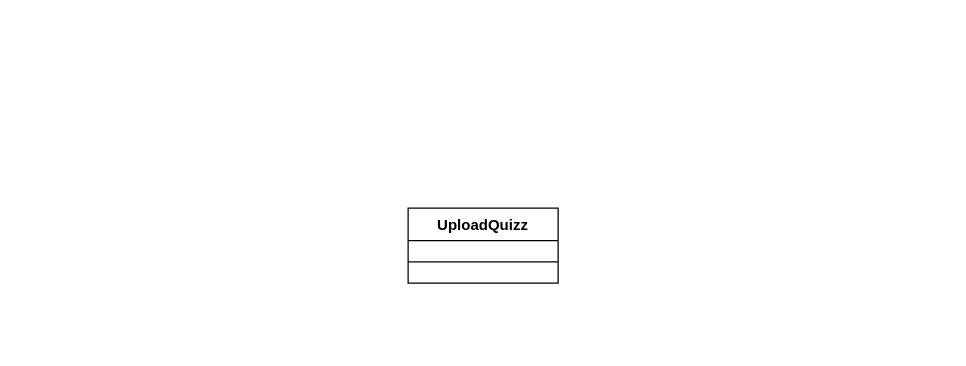
Earlier version of the draw.io diagram page "Page-4" (4 of 4) of Serveur.drawio (MehdiHaboucha/kahoot). Source tidied: cells renumbered, new cells numbered last; positions are measured from the earlier drawing's top-left corner, leaving out a move shared by most shapes. Both pictures are drawn from the tidied source at 125%, with x=0, y=0 at pixel (408, 208).
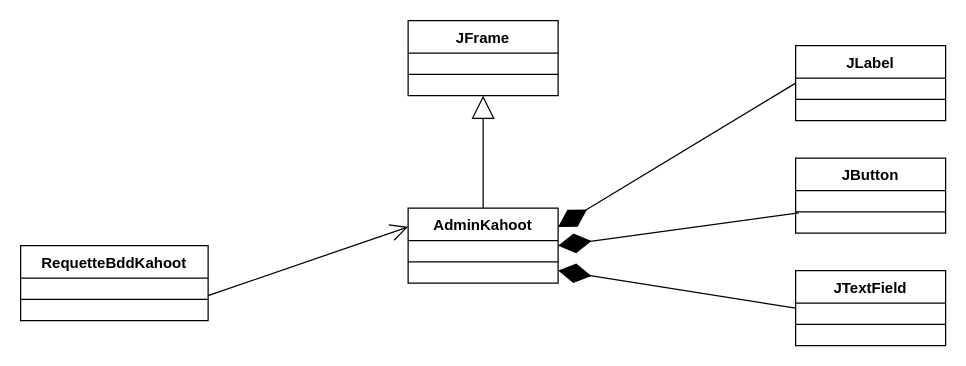
Above is the later version.

Change to the diagram source:
```diff
@@
-    <mxCell id="2" value="UploadQuizz" style="swimlane;fontStyle=1;align=center;verticalAlign=top;horizontal=1;startSize=26;" parent="1" vertex="1">
+    <mxCell id="2" value="AdminKahoot" style="swimlane;fontStyle=1;align=center;verticalAlign=top;horizontal=1;startSize=26;" parent="1" vertex="1">
       <mxGeometry width="120" height="60" as="geometry" />
     </mxCell>
@@
+    <mxCell id="4" value="JFrame" style="swimlane;fontStyle=1;align=center;verticalAlign=top;horizontal=1;startSize=26;" parent="1" vertex="1">
+      <mxGeometry y="-150" width="120" height="60" as="geometry" />
+    </mxCell>
+    <mxCell id="5" style="line;strokeWidth=1;fillColor=none;align=left;verticalAlign=middle;spacingTop=-1;spacingLeft=3;spacingRight=3;labelPosition=right;points=[];portConstraint=eastwest;" parent="4" vertex="1">
+      <mxGeometry y="26" width="120" height="34" as="geometry" />
+    </mxCell>
+    <mxCell id="6" value="JLabel" style="swimlane;fontStyle=1;align=center;verticalAlign=top;horizontal=1;startSize=26;" parent="1" vertex="1">
+      <mxGeometry x="310" y="-130" width="120" height="60" as="geometry" />
+    </mxCell>
+    <mxCell id="7" style="line;strokeWidth=1;fillColor=none;align=left;verticalAlign=middle;spacingTop=-1;spacingLeft=3;spacingRight=3;labelPosition=right;" parent="6" vertex="1">
+      <mxGeometry y="26" width="120" height="34" as="geometry" />
+    </mxCell>
+    <mxCell id="8" value="JButton" style="swimlane;fontStyle=1;align=center;verticalAlign=top;horizontal=1;startSize=26;" parent="1" vertex="1">
+      <mxGeometry x="310" y="-40" width="120" height="60" as="geometry" />
+    </mxCell>
+    <mxCell id="9" style="line;strokeWidth=1;fillColor=none;align=left;verticalAlign=middle;spacingTop=-1;spacingLeft=3;spacingRight=3;labelPosition=right;points=[];portConstraint=eastwest;" parent="8" vertex="1">
+      <mxGeometry y="26" width="120" height="34" as="geometry" />
+    </mxCell>
+    <mxCell id="10" value="JTextField" style="swimlane;fontStyle=1;align=center;verticalAlign=top;horizontal=1;startSize=26;" parent="1" vertex="1">
+      <mxGeometry x="310" y="50" width="120" height="60" as="geometry" />
+    </mxCell>
+    <mxCell id="11" style="line;strokeWidth=1;fillColor=none;align=left;verticalAlign=middle;spacingTop=-1;spacingLeft=3;spacingRight=3;labelPosition=right;" parent="10" vertex="1">
+      <mxGeometry y="26" width="120" height="34" as="geometry" />
+    </mxCell>
+    <mxCell id="12" style="endArrow=block;endSize=16;endFill=0;html=1;exitX=0.5;exitY=0;exitDx=0;exitDy=0;" parent="1" edge="1" target="5">
+      <mxGeometry relative="1" as="geometry">
+        <mxPoint x="60" as="sourcePoint" />
+      </mxGeometry>
+    </mxCell>
+    <mxCell id="13" style="endArrow=diamondThin;endFill=1;endSize=24;html=1;entryX=1;entryY=0.25;entryDx=0;entryDy=0;exitX=0;exitY=0.5;exitDx=0;exitDy=0;" parent="1" edge="1" source="6" target="2">
+      <mxGeometry relative="1" as="geometry" />
+    </mxCell>
+    <mxCell id="14" style="endArrow=diamondThin;endFill=1;endSize=24;html=1;entryX=1;entryY=0.5;entryDx=0;entryDy=0;exitX=0.021;exitY=0.526;exitDx=0;exitDy=0;exitPerimeter=0;" parent="1" edge="1" source="9">
+      <mxGeometry relative="1" as="geometry">
+        <mxPoint x="120" y="30" as="targetPoint" />
+      </mxGeometry>
+    </mxCell>
+    <mxCell id="15" style="endArrow=diamondThin;endFill=1;endSize=24;html=1;exitX=0;exitY=0.5;exitDx=0;exitDy=0;" parent="1" edge="1" source="10">
+      <mxGeometry relative="1" as="geometry">
+        <mxPoint x="120" y="50" as="targetPoint" />
+      </mxGeometry>
+    </mxCell>
+    <mxCell id="16" value="RequetteBddKahoot" style="swimlane;fontStyle=1;align=center;verticalAlign=top;horizontal=1;startSize=26;" parent="1" vertex="1">
+      <mxGeometry x="-310" y="30" width="150" height="60" as="geometry" />
+    </mxCell>
+    <mxCell id="17" style="line;strokeWidth=1;fillColor=none;align=left;verticalAlign=middle;spacingTop=-1;spacingLeft=3;spacingRight=3;labelPosition=right;" parent="16" vertex="1">
+      <mxGeometry y="26" width="150" height="34" as="geometry" />
+    </mxCell>
+    <mxCell id="18" style="endArrow=open;endFill=1;endSize=12;html=1;entryX=0;entryY=0.25;entryDx=0;entryDy=0;" parent="1" edge="1" target="2">
+      <mxGeometry relative="1" as="geometry">
+        <mxPoint x="-160" y="70" as="sourcePoint" />
+      </mxGeometry>
+    </mxCell>
```
